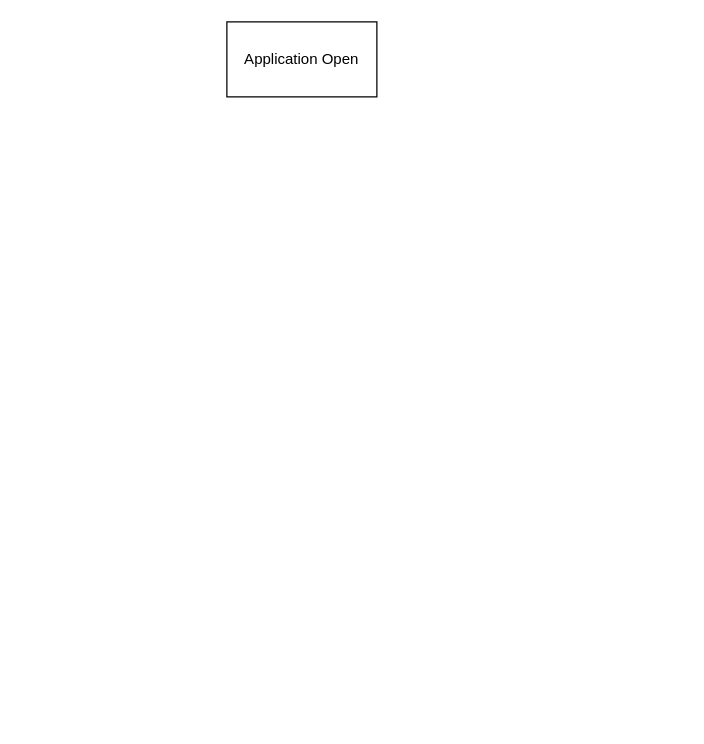
The draw.io diagram Unity/Projects/Project 3 - Game Jam/Game Design/gameplay_flowchart.drawio in O-paque/IDEA310, before the edit. Source tidied: cells renumbered, new cells numbered last; positions are measured from the earlier drawing's top-left corner, leaving out a move shared by most shapes. Both pictures are drawn from the tidied source at 125%, with x=0, y=0 at pixel (226, 21).
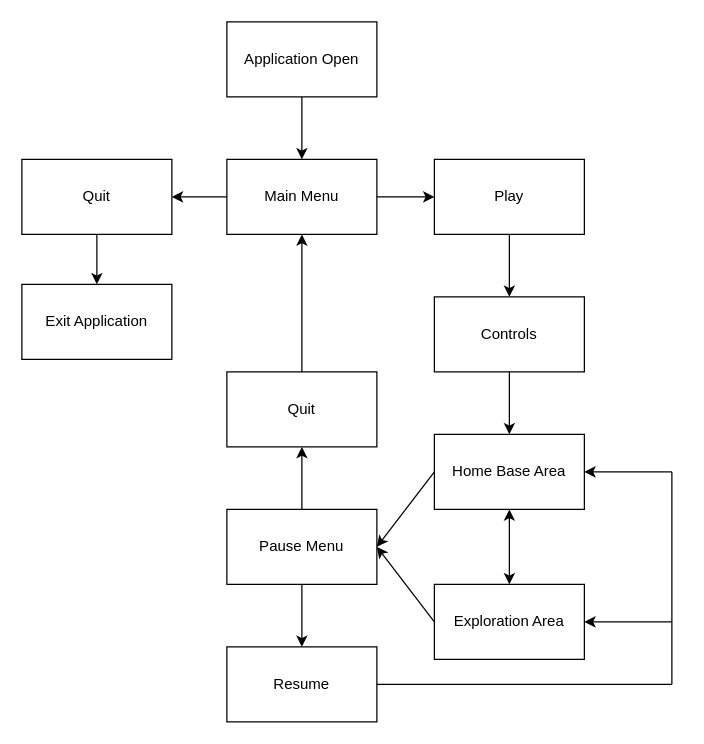
After the change.

Unchanged cells that the change refers to:
```xml
<mxCell id="2" value="Application Open" style="rounded=0;whiteSpace=wrap;html=1;" parent="1" vertex="1">
  <mxGeometry width="120" height="60" as="geometry" />
</mxCell>
```

Change to the diagram source:
```diff
@@
+    <mxCell id="3" style="endArrow=classic;html=1;rounded=0;exitX=0.5;exitY=1;exitDx=0;exitDy=0;entryX=0.5;entryY=0;entryDx=0;entryDy=0;" parent="1" edge="1" source="2" target="4">
+      <mxGeometry relative="1" as="geometry" />
+    </mxCell>
+    <mxCell id="4" value="Main Menu" style="rounded=0;whiteSpace=wrap;html=1;" parent="1" vertex="1">
+      <mxGeometry y="110" width="120" height="60" as="geometry" />
+    </mxCell>
+    <mxCell id="5" value="Quit" style="rounded=0;whiteSpace=wrap;html=1;" parent="1" vertex="1">
+      <mxGeometry x="-164" y="110" width="120" height="60" as="geometry" />
+    </mxCell>
+    <mxCell id="6" value="Play" style="rounded=0;whiteSpace=wrap;html=1;" parent="1" vertex="1">
+      <mxGeometry x="166" y="110" width="120" height="60" as="geometry" />
+    </mxCell>
+    <mxCell id="7" style="endArrow=classic;html=1;rounded=0;exitX=0;exitY=0.5;exitDx=0;exitDy=0;entryX=1;entryY=0.5;entryDx=0;entryDy=0;" parent="1" edge="1" source="4" target="5">
+      <mxGeometry relative="1" as="geometry" />
+    </mxCell>
+    <mxCell id="8" style="endArrow=classic;html=1;rounded=0;exitX=1;exitY=0.5;exitDx=0;exitDy=0;entryX=0;entryY=0.5;entryDx=0;entryDy=0;" parent="1" edge="1" source="4" target="6">
+      <mxGeometry relative="1" as="geometry" />
+    </mxCell>
+    <mxCell id="9" value="Exit Application" style="rounded=0;whiteSpace=wrap;html=1;" parent="1" vertex="1">
+      <mxGeometry x="-164" y="210" width="120" height="60" as="geometry" />
+    </mxCell>
+    <mxCell id="10" style="endArrow=classic;html=1;rounded=0;exitX=0.5;exitY=1;exitDx=0;exitDy=0;entryX=0.5;entryY=0;entryDx=0;entryDy=0;" parent="1" edge="1" source="5" target="9">
+      <mxGeometry relative="1" as="geometry" />
+    </mxCell>
+    <mxCell id="11" style="endArrow=classic;html=1;rounded=0;exitX=0.5;exitY=1;exitDx=0;exitDy=0;entryX=0.5;entryY=0;entryDx=0;entryDy=0;" parent="1" edge="1" source="6" target="12">
+      <mxGeometry relative="1" as="geometry" />
+    </mxCell>
+    <mxCell id="12" value="Controls" style="rounded=0;whiteSpace=wrap;html=1;" parent="1" vertex="1">
+      <mxGeometry x="166" y="220" width="120" height="60" as="geometry" />
+    </mxCell>
+    <mxCell id="13" value="Home Base Area" style="rounded=0;whiteSpace=wrap;html=1;" parent="1" vertex="1">
+      <mxGeometry x="166" y="330" width="120" height="60" as="geometry" />
+    </mxCell>
+    <mxCell id="14" value="Exploration Area" style="rounded=0;whiteSpace=wrap;html=1;" parent="1" vertex="1">
+      <mxGeometry x="166" y="450" width="120" height="60" as="geometry" />
+    </mxCell>
+    <mxCell id="15" style="endArrow=classic;startArrow=classic;html=1;rounded=0;exitX=0.5;exitY=0;exitDx=0;exitDy=0;entryX=0.5;entryY=1;entryDx=0;entryDy=0;" parent="1" edge="1" source="14" target="13">
+      <mxGeometry relative="1" as="geometry" />
+    </mxCell>
+    <mxCell id="16" style="endArrow=classic;html=1;rounded=0;exitX=0.5;exitY=1;exitDx=0;exitDy=0;entryX=0.5;entryY=0;entryDx=0;entryDy=0;" parent="1" edge="1" source="12" target="13">
+      <mxGeometry relative="1" as="geometry" />
+    </mxCell>
+    <mxCell id="17" value="Pause Menu" style="rounded=0;whiteSpace=wrap;html=1;" parent="1" vertex="1">
+      <mxGeometry y="390" width="120" height="60" as="geometry" />
+    </mxCell>
+    <mxCell id="18" value="Resume" style="rounded=0;whiteSpace=wrap;html=1;" parent="1" vertex="1">
+      <mxGeometry y="500" width="120" height="60" as="geometry" />
+    </mxCell>
+    <mxCell id="19" value="Quit" style="rounded=0;whiteSpace=wrap;html=1;" parent="1" vertex="1">
+      <mxGeometry y="280" width="120" height="60" as="geometry" />
+    </mxCell>
+    <mxCell id="20" style="endArrow=classic;html=1;rounded=0;exitX=0;exitY=0.5;exitDx=0;exitDy=0;entryX=1;entryY=0.5;entryDx=0;entryDy=0;" parent="1" edge="1" source="13" target="17">
+      <mxGeometry relative="1" as="geometry" />
+    </mxCell>
+    <mxCell id="21" style="endArrow=classic;html=1;rounded=0;exitX=0;exitY=0.5;exitDx=0;exitDy=0;entryX=1;entryY=0.5;entryDx=0;entryDy=0;" parent="1" edge="1" source="14" target="17">
+      <mxGeometry relative="1" as="geometry" />
+    </mxCell>
+    <mxCell id="22" style="endArrow=classic;html=1;rounded=0;exitX=0.5;exitY=0;exitDx=0;exitDy=0;entryX=0.5;entryY=1;entryDx=0;entryDy=0;" parent="1" edge="1" source="17" target="19">
+      <mxGeometry relative="1" as="geometry" />
+    </mxCell>
+    <mxCell id="23" style="endArrow=classic;html=1;rounded=0;exitX=0.5;exitY=0;exitDx=0;exitDy=0;entryX=0.5;entryY=1;entryDx=0;entryDy=0;" parent="1" edge="1" source="19" target="4">
+      <mxGeometry relative="1" as="geometry" />
+    </mxCell>
+    <mxCell id="24" style="endArrow=classic;html=1;rounded=0;exitX=0.5;exitY=1;exitDx=0;exitDy=0;entryX=0.5;entryY=0;entryDx=0;entryDy=0;" parent="1" edge="1" source="17" target="18">
+      <mxGeometry relative="1" as="geometry" />
+    </mxCell>
+    <mxCell id="25" style="endArrow=none;html=1;rounded=0;exitX=1;exitY=0.5;exitDx=0;exitDy=0;" parent="1" edge="1" source="18">
+      <mxGeometry relative="1" as="geometry">
+        <mxPoint x="356" y="530" as="targetPoint" />
+      </mxGeometry>
+    </mxCell>
+    <mxCell id="26" style="endArrow=none;html=1;rounded=0;" parent="1" edge="1">
+      <mxGeometry relative="1" as="geometry">
+        <mxPoint x="356" y="530" as="sourcePoint" />
+        <mxPoint x="356" y="360" as="targetPoint" />
+      </mxGeometry>
+    </mxCell>
+    <mxCell id="27" style="endArrow=classic;html=1;rounded=0;entryX=1;entryY=0.5;entryDx=0;entryDy=0;" parent="1" edge="1" target="13">
+      <mxGeometry relative="1" as="geometry">
+        <mxPoint x="356" y="360" as="sourcePoint" />
+      </mxGeometry>
+    </mxCell>
+    <mxCell id="28" style="endArrow=classic;html=1;rounded=0;entryX=1;entryY=0.5;entryDx=0;entryDy=0;" parent="1" edge="1" target="14">
+      <mxGeometry relative="1" as="geometry">
+        <mxPoint x="356" y="480" as="sourcePoint" />
+      </mxGeometry>
+    </mxCell>
```
